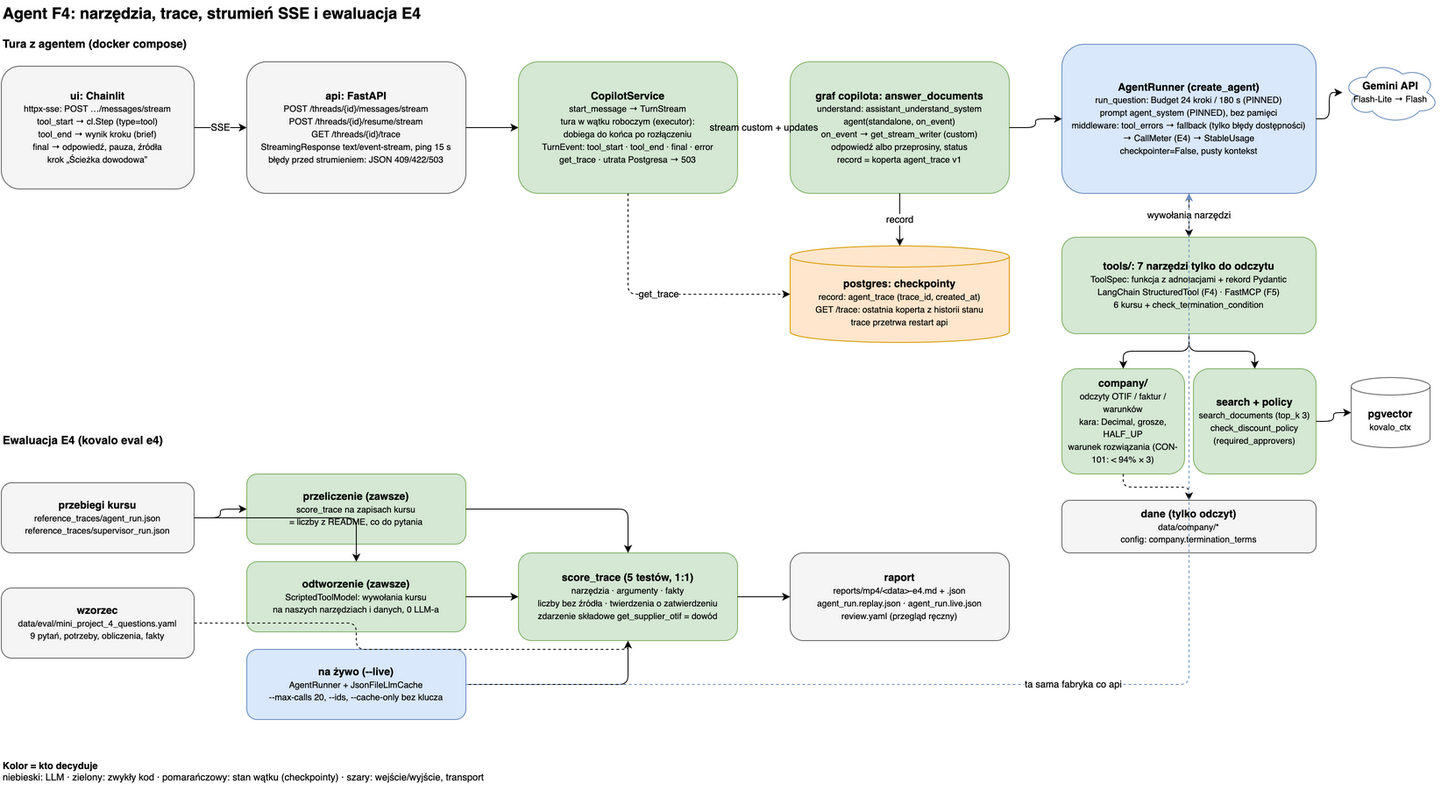
Above: docs/architecture/kovalo-architecture-6-agent.png in oszypczy/kovalo-copilot (draw.io), before the change. Source tidied: cells renumbered, new cells last; positions are measured from the earlier drawing's top-left corner, leaving out a move shared by most shapes. Its diagram source:
```xml
<mxGraphModel>
  <root>
    <mxCell id="0" />
    <mxCell id="1" parent="0" />
    <mxCell id="2" value="&lt;b&gt;Agent F4: narzędzia, trace, strumień SSE i ewaluacja E4&lt;/b&gt;" style="text;html=1;fontSize=18;align=left;verticalAlign=middle;" parent="1" vertex="1">
      <mxGeometry width="900" height="30" as="geometry" />
    </mxCell>
    <mxCell id="3" value="Tura z agentem (docker compose)" style="text;html=1;fontSize=13;fontStyle=1;align=left;verticalAlign=middle;" parent="1" vertex="1">
      <mxGeometry y="38" width="400" height="24" as="geometry" />
    </mxCell>
    <mxCell id="4" value="&lt;b&gt;ui: Chainlit&lt;/b&gt;&lt;br&gt;&lt;font style=&quot;font-size:10px&quot;&gt;httpx-sse: POST …/messages/stream&lt;br&gt;tool_start → cl.Step (type=tool)&lt;br&gt;tool_end → wynik kroku (brief)&lt;br&gt;final → odpowiedź, pauza, źródła&lt;br&gt;krok „Ścieżka dowodowa”&lt;/font&gt;" style="rounded=1;fillColor=#f5f5f5;strokeColor=#666666;whiteSpace=wrap;html=1;" parent="1" vertex="1">
      <mxGeometry y="75" width="220" height="140" as="geometry" />
    </mxCell>
    <mxCell id="5" value="&lt;b&gt;api: FastAPI&lt;/b&gt;&lt;br&gt;&lt;font style=&quot;font-size:10px&quot;&gt;POST /threads/{id}/messages/stream&lt;br&gt;POST /threads/{id}/resume/stream&lt;br&gt;GET /threads/{id}/trace&lt;br&gt;StreamingResponse text/event-stream, ping 15 s&lt;br&gt;błędy przed strumieniem: JSON 409/422/503&lt;/font&gt;" style="rounded=1;fillColor=#f5f5f5;strokeColor=#666666;whiteSpace=wrap;html=1;" parent="1" vertex="1">
      <mxGeometry x="280" y="70" width="250" height="150" as="geometry" />
    </mxCell>
    <mxCell id="6" value="&lt;b&gt;CopilotService&lt;/b&gt;&lt;br&gt;&lt;font style=&quot;font-size:10px&quot;&gt;start_message → TurnStream&lt;br&gt;tura w wątku roboczym (executor):&lt;br&gt;dobiega do końca po rozłączeniu&lt;br&gt;TurnEvent: tool_start · tool_end · final · error&lt;br&gt;get_trace · utrata Postgresa → 503&lt;/font&gt;" style="rounded=1;fillColor=#d5e8d4;strokeColor=#82b366;whiteSpace=wrap;html=1;" parent="1" vertex="1">
      <mxGeometry x="590" y="70" width="250" height="150" as="geometry" />
    </mxCell>
    <mxCell id="7" value="&lt;b&gt;graf copilota: answer_documents&lt;/b&gt;&lt;br&gt;&lt;font style=&quot;font-size:10px&quot;&gt;understand: assistant_understand_system&lt;br&gt;agent(standalone, on_event)&lt;br&gt;on_event → get_stream_writer (custom)&lt;br&gt;odpowiedź albo przeprosiny, status&lt;br&gt;record = koperta agent_trace v1&lt;/font&gt;" style="rounded=1;fillColor=#d5e8d4;strokeColor=#82b366;whiteSpace=wrap;html=1;" parent="1" vertex="1">
      <mxGeometry x="900" y="70" width="250" height="150" as="geometry" />
    </mxCell>
    <mxCell id="8" value="&lt;b&gt;AgentRunner (create_agent)&lt;/b&gt;&lt;br&gt;&lt;font style=&quot;font-size:10px&quot;&gt;run_question: Budget 24 kroki / 180 s (PINNED)&lt;br&gt;prompt agent_system (PINNED), bez pamięci&lt;br&gt;middleware: tool_errors → fallback (tylko błędy dostępności)&lt;br&gt;→ CallMeter (E4) → StableUsage&lt;br&gt;checkpointer=False, pusty kontekst&lt;/font&gt;" style="rounded=1;fillColor=#dae8fc;strokeColor=#6c8ebf;whiteSpace=wrap;html=1;" parent="1" vertex="1">
      <mxGeometry x="1210" y="50" width="290" height="170" as="geometry" />
    </mxCell>
    <mxCell id="9" value="&lt;b&gt;Gemini API&lt;/b&gt;&lt;br&gt;&lt;font style=&quot;font-size:10px&quot;&gt;Flash-Lite → Flash&lt;/font&gt;" style="ellipse;shape=cloud;fillColor=#ffffff;strokeColor=#6c8ebf;whiteSpace=wrap;html=1;" parent="1" vertex="1">
      <mxGeometry x="1530" y="70" width="110" height="70" as="geometry" />
    </mxCell>
    <mxCell id="10" value="&lt;b&gt;postgres: checkpointy&lt;/b&gt;&lt;br&gt;&lt;font style=&quot;font-size:10px&quot;&gt;record: agent_trace (trace_id, created_at)&lt;br&gt;GET /trace: ostatnia koperta z historii stanu&lt;br&gt;trace przetrwa restart api&lt;/font&gt;" style="shape=cylinder3;boundedLbl=1;size=12;fillColor=#ffe6cc;strokeColor=#d79b00;whiteSpace=wrap;html=1;" parent="1" vertex="1">
      <mxGeometry x="900" y="280" width="250" height="110" as="geometry" />
    </mxCell>
    <mxCell id="11" value="&lt;b&gt;tools/: 7 narzędzi tylko do odczytu&lt;/b&gt;&lt;br&gt;&lt;font style=&quot;font-size:10px&quot;&gt;ToolSpec: funkcja z adnotacjami + rekord Pydantic&lt;br&gt;LangChain StructuredTool (F4) · FastMCP (F5)&lt;br&gt;6 kursu + check_termination_condition&lt;/font&gt;" style="rounded=1;fillColor=#d5e8d4;strokeColor=#82b366;whiteSpace=wrap;html=1;" parent="1" vertex="1">
      <mxGeometry x="1210" y="270" width="290" height="110" as="geometry" />
    </mxCell>
    <mxCell id="12" value="&lt;b&gt;company/&lt;/b&gt;&lt;br&gt;&lt;font style=&quot;font-size:10px&quot;&gt;odczyty OTIF / faktur / warunków&lt;br&gt;kara: Decimal, grosze, HALF_UP&lt;br&gt;warunek rozwiązania (CON-101: &amp;lt; 94% × 3)&lt;/font&gt;" style="rounded=1;fillColor=#d5e8d4;strokeColor=#82b366;whiteSpace=wrap;html=1;" parent="1" vertex="1">
      <mxGeometry x="1210" y="420" width="140" height="120" as="geometry" />
    </mxCell>
    <mxCell id="13" value="&lt;b&gt;search + policy&lt;/b&gt;&lt;br&gt;&lt;font style=&quot;font-size:10px&quot;&gt;search_documents (top_k 3)&lt;br&gt;check_discount_policy&lt;br&gt;(required_approvers)&lt;/font&gt;" style="rounded=1;fillColor=#d5e8d4;strokeColor=#82b366;whiteSpace=wrap;html=1;" parent="1" vertex="1">
      <mxGeometry x="1360" y="420" width="140" height="120" as="geometry" />
    </mxCell>
    <mxCell id="14" value="&lt;b&gt;pgvector&lt;/b&gt;&lt;br&gt;&lt;font style=&quot;font-size:10px&quot;&gt;kovalo_ctx&lt;/font&gt;" style="shape=cylinder3;boundedLbl=1;size=10;fillColor=#ffffff;strokeColor=#666666;whiteSpace=wrap;html=1;" parent="1" vertex="1">
      <mxGeometry x="1540" y="430" width="90" height="80" as="geometry" />
    </mxCell>
    <mxCell id="15" value="&lt;b&gt;dane (tylko odczyt)&lt;/b&gt;&lt;br&gt;&lt;font style=&quot;font-size:10px&quot;&gt;data/company/*&lt;br&gt;config: company.termination_terms&lt;/font&gt;" style="rounded=1;fillColor=#f5f5f5;strokeColor=#666666;whiteSpace=wrap;html=1;" parent="1" vertex="1">
      <mxGeometry x="1210" y="570" width="290" height="60" as="geometry" />
    </mxCell>
    <mxCell id="16" value="SSE" style="edgeStyle=orthogonalEdgeStyle;rounded=1;html=1;defaultLabelBackgroundColor=page;" parent="1" edge="1" source="4" target="5">
      <mxGeometry relative="1" as="geometry" />
    </mxCell>
    <mxCell id="17" style="edgeStyle=orthogonalEdgeStyle;rounded=1;html=1;defaultLabelBackgroundColor=page;" parent="1" edge="1" source="5" target="6">
      <mxGeometry relative="1" as="geometry" />
    </mxCell>
    <mxCell id="18" value="stream custom + updates" style="edgeStyle=orthogonalEdgeStyle;rounded=1;html=1;defaultLabelBackgroundColor=page;" parent="1" edge="1" source="6" target="7">
      <mxGeometry relative="1" as="geometry" />
    </mxCell>
    <mxCell id="19" style="edgeStyle=orthogonalEdgeStyle;rounded=1;html=1;defaultLabelBackgroundColor=page;" parent="1" edge="1" source="7" target="8">
      <mxGeometry relative="1" as="geometry" />
    </mxCell>
    <mxCell id="20" style="edgeStyle=orthogonalEdgeStyle;rounded=1;html=1;defaultLabelBackgroundColor=page;" parent="1" edge="1" source="8" target="9">
      <mxGeometry relative="1" as="geometry" />
    </mxCell>
    <mxCell id="21" value="wywołania narzędzi" style="edgeStyle=orthogonalEdgeStyle;rounded=1;html=1;defaultLabelBackgroundColor=page;" parent="1" edge="1" source="8" target="11">
      <mxGeometry relative="1" as="geometry" />
    </mxCell>
    <mxCell id="22" value="record" style="edgeStyle=orthogonalEdgeStyle;rounded=1;html=1;defaultLabelBackgroundColor=page;" parent="1" edge="1" source="7" target="10">
      <mxGeometry relative="1" as="geometry" />
    </mxCell>
    <mxCell id="23" value="get_trace" style="edgeStyle=orthogonalEdgeStyle;rounded=1;html=1;defaultLabelBackgroundColor=page;dashed=1;exitX=0.5;exitY=1;entryX=0;entryY=0.5;" parent="1" edge="1" source="6" target="10">
      <mxGeometry relative="1" as="geometry" />
    </mxCell>
    <mxCell id="24" style="edgeStyle=orthogonalEdgeStyle;rounded=1;html=1;defaultLabelBackgroundColor=page;" parent="1" edge="1" source="11" target="12">
      <mxGeometry relative="1" as="geometry" />
    </mxCell>
    <mxCell id="25" style="edgeStyle=orthogonalEdgeStyle;rounded=1;html=1;defaultLabelBackgroundColor=page;" parent="1" edge="1" source="11" target="13">
      <mxGeometry relative="1" as="geometry" />
    </mxCell>
    <mxCell id="26" style="edgeStyle=orthogonalEdgeStyle;rounded=1;html=1;defaultLabelBackgroundColor=page;" parent="1" edge="1" source="13" target="14">
      <mxGeometry relative="1" as="geometry" />
    </mxCell>
    <mxCell id="27" style="edgeStyle=orthogonalEdgeStyle;rounded=1;html=1;defaultLabelBackgroundColor=page;dashed=1;" parent="1" edge="1" source="12" target="15">
      <mxGeometry relative="1" as="geometry" />
    </mxCell>
    <mxCell id="28" value="Ewaluacja E4 (kovalo eval e4)" style="text;html=1;fontSize=13;fontStyle=1;align=left;verticalAlign=middle;" parent="1" vertex="1">
      <mxGeometry y="490" width="400" height="24" as="geometry" />
    </mxCell>
    <mxCell id="29" value="&lt;b&gt;przebiegi kursu&lt;/b&gt;&lt;br&gt;&lt;font style=&quot;font-size:10px&quot;&gt;reference_traces/agent_run.json&lt;br&gt;reference_traces/supervisor_run.json&lt;/font&gt;" style="rounded=1;fillColor=#f5f5f5;strokeColor=#666666;whiteSpace=wrap;html=1;" parent="1" vertex="1">
      <mxGeometry y="550" width="220" height="80" as="geometry" />
    </mxCell>
    <mxCell id="30" value="&lt;b&gt;wzorzec&lt;/b&gt;&lt;br&gt;&lt;font style=&quot;font-size:10px&quot;&gt;data/eval/mini_project_4_questions.yaml&lt;br&gt;9 pytań, potrzeby, obliczenia, fakty&lt;/font&gt;" style="rounded=1;fillColor=#f5f5f5;strokeColor=#666666;whiteSpace=wrap;html=1;" parent="1" vertex="1">
      <mxGeometry y="670" width="220" height="80" as="geometry" />
    </mxCell>
    <mxCell id="31" value="&lt;b&gt;przeliczenie (zawsze)&lt;/b&gt;&lt;br&gt;&lt;font style=&quot;font-size:10px&quot;&gt;score_trace na zapisach kursu&lt;br&gt;= liczby z README, co do pytania&lt;/font&gt;" style="rounded=1;fillColor=#d5e8d4;strokeColor=#82b366;whiteSpace=wrap;html=1;" parent="1" vertex="1">
      <mxGeometry x="280" y="540" width="250" height="80" as="geometry" />
    </mxCell>
    <mxCell id="32" value="&lt;b&gt;odtworzenie (zawsze)&lt;/b&gt;&lt;br&gt;&lt;font style=&quot;font-size:10px&quot;&gt;ScriptedToolModel: wywołania kursu&lt;br&gt;na naszych narzędziach i danych, 0 LLM-a&lt;/font&gt;" style="rounded=1;fillColor=#d5e8d4;strokeColor=#82b366;whiteSpace=wrap;html=1;" parent="1" vertex="1">
      <mxGeometry x="280" y="640" width="250" height="80" as="geometry" />
    </mxCell>
    <mxCell id="33" value="&lt;b&gt;na żywo (--live)&lt;/b&gt;&lt;br&gt;&lt;font style=&quot;font-size:10px&quot;&gt;AgentRunner + JsonFileLlmCache&lt;br&gt;--max-calls 20, --ids, --cache-only bez klucza&lt;/font&gt;" style="rounded=1;fillColor=#dae8fc;strokeColor=#6c8ebf;whiteSpace=wrap;html=1;" parent="1" vertex="1">
      <mxGeometry x="280" y="740" width="250" height="80" as="geometry" />
    </mxCell>
    <mxCell id="34" value="&lt;b&gt;score_trace (5 testów, 1:1)&lt;/b&gt;&lt;br&gt;&lt;font style=&quot;font-size:10px&quot;&gt;narzędzia · argumenty · fakty&lt;br&gt;liczby bez źródła · twierdzenia o zatwierdzeniu&lt;br&gt;zdarzenie składowe get_supplier_otif = dowód&lt;/font&gt;" style="rounded=1;fillColor=#d5e8d4;strokeColor=#82b366;whiteSpace=wrap;html=1;" parent="1" vertex="1">
      <mxGeometry x="590" y="630" width="250" height="100" as="geometry" />
    </mxCell>
    <mxCell id="35" value="&lt;b&gt;raport&lt;/b&gt;&lt;br&gt;&lt;font style=&quot;font-size:10px&quot;&gt;reports/mp4/&amp;lt;data&amp;gt;-e4.md + .json&lt;br&gt;agent_run.replay.json · agent_run.live.json&lt;br&gt;review.yaml (przegląd ręczny)&lt;/font&gt;" style="rounded=1;fillColor=#f5f5f5;strokeColor=#666666;whiteSpace=wrap;html=1;" parent="1" vertex="1">
      <mxGeometry x="900" y="630" width="250" height="100" as="geometry" />
    </mxCell>
    <mxCell id="36" style="edgeStyle=orthogonalEdgeStyle;rounded=1;html=1;defaultLabelBackgroundColor=page;" parent="1" edge="1" source="29" target="31">
      <mxGeometry relative="1" as="geometry" />
    </mxCell>
    <mxCell id="37" style="edgeStyle=orthogonalEdgeStyle;rounded=1;html=1;defaultLabelBackgroundColor=page;" parent="1" edge="1" source="29" target="32">
      <mxGeometry relative="1" as="geometry" />
    </mxCell>
    <mxCell id="38" style="edgeStyle=orthogonalEdgeStyle;rounded=1;html=1;defaultLabelBackgroundColor=page;" parent="1" edge="1" source="31" target="34">
      <mxGeometry relative="1" as="geometry" />
    </mxCell>
    <mxCell id="39" style="edgeStyle=orthogonalEdgeStyle;rounded=1;html=1;defaultLabelBackgroundColor=page;" parent="1" edge="1" source="32" target="34">
      <mxGeometry relative="1" as="geometry" />
    </mxCell>
    <mxCell id="40" style="edgeStyle=orthogonalEdgeStyle;rounded=1;html=1;defaultLabelBackgroundColor=page;" parent="1" edge="1" source="33" target="34">
      <mxGeometry relative="1" as="geometry" />
    </mxCell>
    <mxCell id="41" style="edgeStyle=orthogonalEdgeStyle;rounded=1;html=1;defaultLabelBackgroundColor=page;dashed=1;exitX=1;exitY=0.5;entryX=0.5;entryY=1;" parent="1" edge="1" source="30" target="34">
      <mxGeometry relative="1" as="geometry" />
    </mxCell>
    <mxCell id="42" style="edgeStyle=orthogonalEdgeStyle;rounded=1;html=1;defaultLabelBackgroundColor=page;" parent="1" edge="1" source="34" target="35">
      <mxGeometry relative="1" as="geometry" />
    </mxCell>
    <mxCell id="43" value="ta sama fabryka co api" style="edgeStyle=orthogonalEdgeStyle;rounded=1;html=1;defaultLabelBackgroundColor=page;dashed=1;strokeColor=#6c8ebf;exitX=1;exitY=0.5;entryX=0.5;entryY=1;" parent="1" edge="1" source="33" target="8">
      <mxGeometry relative="1" as="geometry" />
    </mxCell>
    <mxCell id="44" value="&lt;b&gt;Kolor = kto decyduje&lt;/b&gt;&lt;br&gt;niebieski: LLM · zielony: zwykły kod · pomarańczowy: stan wątku (checkpointy) · szary: wejście/wyjście, transport" style="text;align=left;verticalAlign=top;fontSize=11;whiteSpace=wrap;html=1;" parent="1" vertex="1">
      <mxGeometry y="860" width="900" height="40" as="geometry" />
    </mxCell>
  </root>
</mxGraphModel>
```
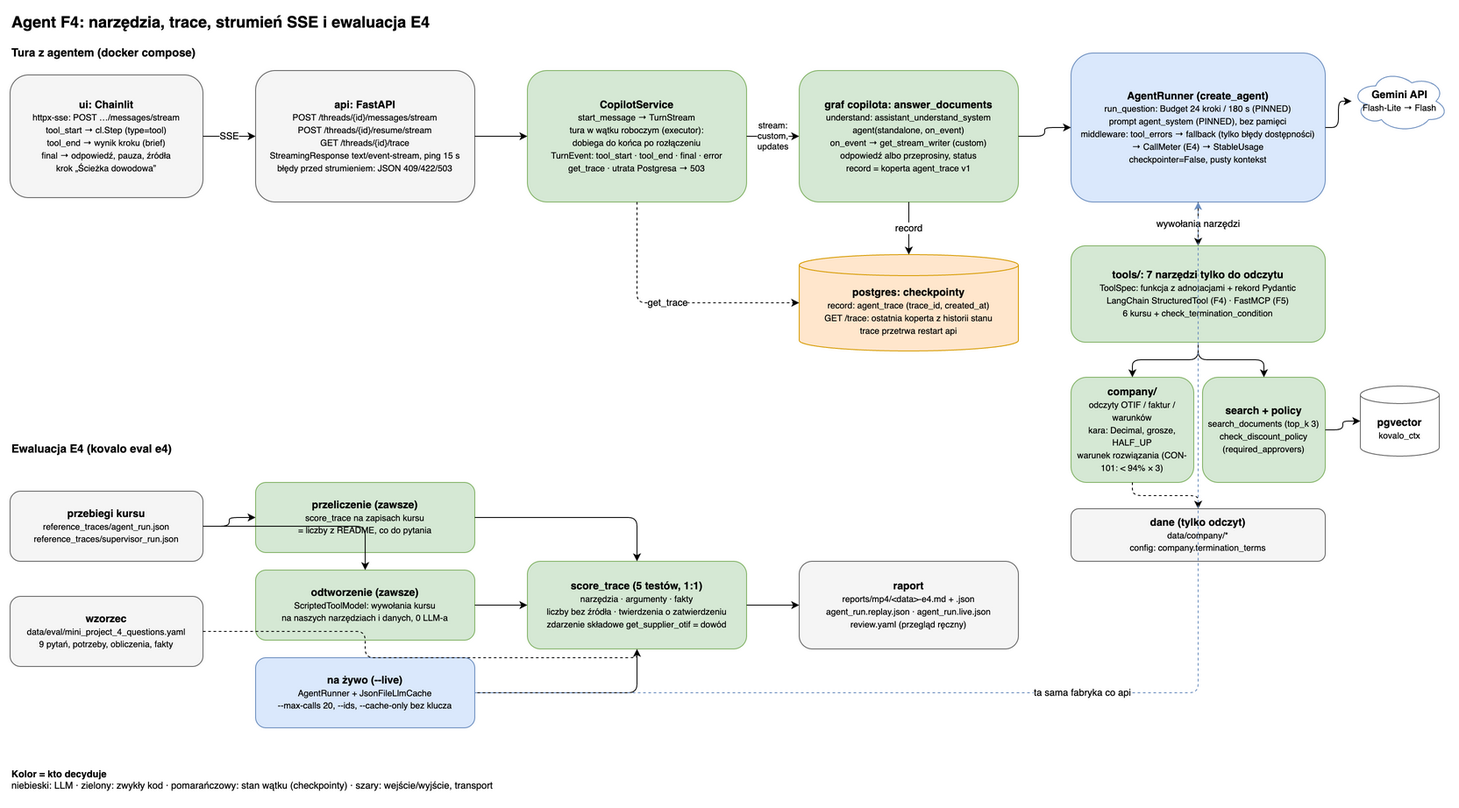
Later version of the same file.

What changed in the source:
```diff
@@ -50,7 +50,7 @@
     <mxCell id="17" style="edgeStyle=orthogonalEdgeStyle;rounded=1;html=1;defaultLabelBackgroundColor=page;" parent="1" edge="1" source="5" target="6">
       <mxGeometry relative="1" as="geometry" />
     </mxCell>
-    <mxCell id="18" value="stream custom + updates" style="edgeStyle=orthogonalEdgeStyle;rounded=1;html=1;defaultLabelBackgroundColor=page;" parent="1" edge="1" source="6" target="7">
+    <mxCell id="18" value="stream:&lt;br&gt;custom,&lt;br&gt;updates" style="edgeStyle=orthogonalEdgeStyle;rounded=1;html=1;defaultLabelBackgroundColor=page;fontSize=10;" parent="1" edge="1" source="6" target="7">
       <mxGeometry relative="1" as="geometry" />
     </mxCell>
     <mxCell id="19" style="edgeStyle=orthogonalEdgeStyle;rounded=1;html=1;defaultLabelBackgroundColor=page;" parent="1" edge="1" source="7" target="8">
```
